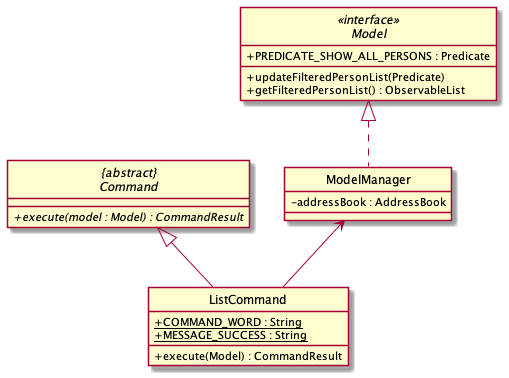
Before: docs/images/ListFeatureClassDiagram.png, a diagram exported from PlantUML (nus-cs2103-AY2122S2/tp).
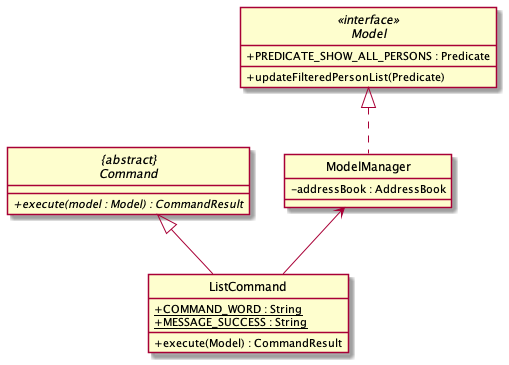
The same file after the commit.

Commit message:
Update List section in DG with class, sequence and activity diagrams

Change to the diagram source:
```diff
@@ -11,7 +11,6 @@
         +PREDICATE_SHOW_ALL_PERSONS : Predicate
 
     + updateFilteredPersonList(Predicate)
-    + getFilteredPersonList() : ObservableList
 }
 
 class ModelManager implements Model{
```
